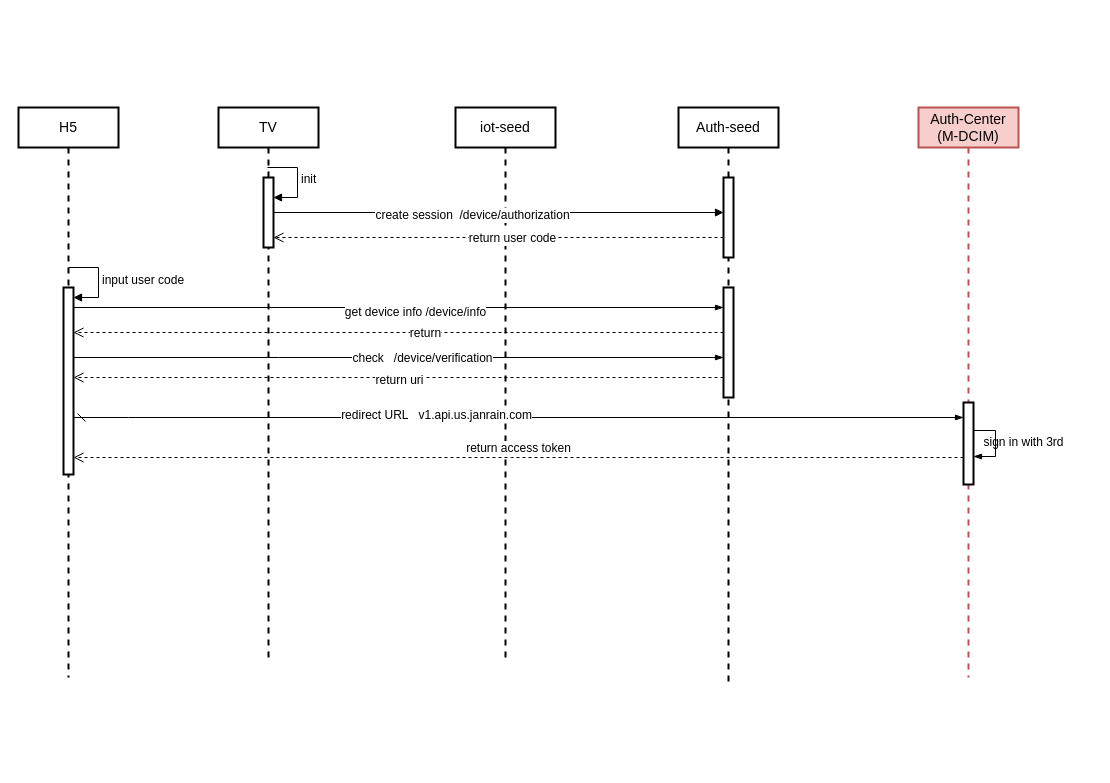
The draw.io diagram page "tv-active" (2 of 3) of Auth-seeds.drawio in SGA-Jie-Sha/diagram, before the edit. Source tidied: cells renumbered, new cells numbered last; positions are measured from the earlier drawing's top-left corner, leaving out a move shared by most shapes. Both pictures are drawn from the tidied source at 100%, with x=0, y=0 at pixel (18, 107).
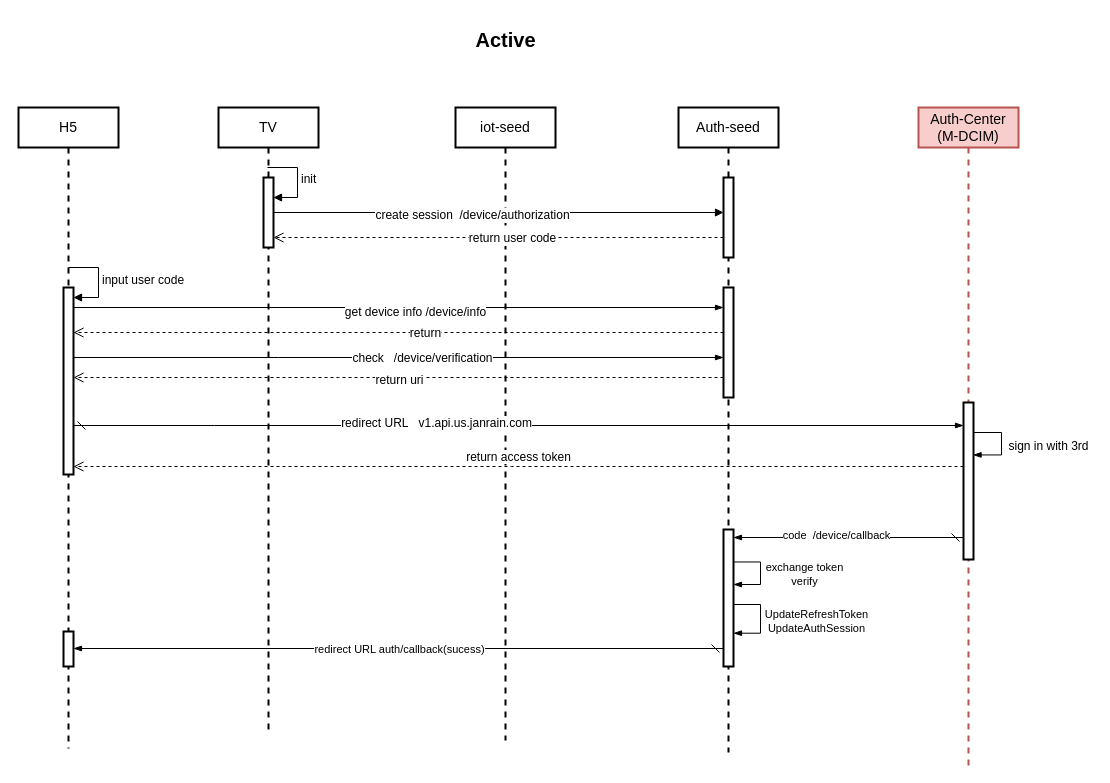
The same page after the edit.

The change refers to these unchanged cells:
```xml
<mxCell id="17" style="html=1;points=[];perimeter=orthogonalPerimeter;strokeWidth=2;fontSize=12;" parent="16" vertex="1">
  <mxGeometry x="45" y="180" width="10" height="187" as="geometry" />
</mxCell>
```

Diff of the diagram source:
```diff
@@
     <mxCell id="2" value="TV" style="shape=umlLifeline;perimeter=lifelinePerimeter;whiteSpace=wrap;html=1;strokeWidth=2;fontSize=14;" parent="1" vertex="1">
-      <mxGeometry x="200" width="100" height="550" as="geometry" />
+      <mxGeometry x="200" width="100" height="622" as="geometry" />
     </mxCell>
@@
     <mxCell id="5" value="Auth-seed" style="shape=umlLifeline;perimeter=lifelinePerimeter;whiteSpace=wrap;html=1;strokeWidth=2;fontSize=14;" parent="1" vertex="1">
-      <mxGeometry x="660" width="100" height="575" as="geometry" />
+      <mxGeometry x="660" width="100" height="645" as="geometry" />
     </mxCell>
@@
+    <mxCell id="31" style="html=1;points=[];perimeter=orthogonalPerimeter;strokeWidth=2;" parent="5" vertex="1">
+      <mxGeometry x="45" y="422" width="10" height="137" as="geometry" />
+    </mxCell>
+    <mxCell id="32" style="edgeStyle=elbowEdgeStyle;fontSize=12;html=1;endArrow=blockThin;endFill=1;rounded=0;strokeWidth=1;exitX=1;exitY=0.237;exitDx=0;exitDy=0;exitPerimeter=0;" parent="5" edge="1" source="31" target="31">
+      <mxGeometry relative="1" as="geometry">
+        <Array as="points">
+          <mxPoint x="82" y="477" />
+          <mxPoint x="73" y="473" />
+          <mxPoint x="100" y="458" />
+          <mxPoint x="86" y="454" />
+          <mxPoint x="96" y="463" />
+          <mxPoint x="83" y="459" />
+          <mxPoint x="89" y="502" />
+          <mxPoint x="98" y="488" />
+          <mxPoint x="102" y="462" />
+          <mxPoint x="91" y="476" />
+          <mxPoint x="105" y="461" />
+          <mxPoint x="94" y="482" />
+        </Array>
+      </mxGeometry>
+    </mxCell>
+    <mxCell id="33" value="exchange token&lt;br&gt;verify" style="edgeLabel;html=1;align=center;verticalAlign=middle;" parent="32" vertex="1">
+      <mxGeometry x="0.2" y="4" relative="1" as="geometry">
+        <mxPoint x="39" y="-7" as="offset" />
+      </mxGeometry>
+    </mxCell>
+    <mxCell id="34" style="edgeStyle=elbowEdgeStyle;fontSize=12;html=1;endArrow=blockThin;endFill=1;rounded=0;strokeWidth=1;exitX=1;exitY=0.237;exitDx=0;exitDy=0;exitPerimeter=0;" parent="5" edge="1">
+      <mxGeometry relative="1" as="geometry">
+        <mxPoint x="55" y="497" as="sourcePoint" />
+        <mxPoint x="55" y="525.7" as="targetPoint" />
+        <Array as="points">
+          <mxPoint x="82" y="525.7" />
+          <mxPoint x="73" y="521.7" />
+          <mxPoint x="100" y="506.7" />
+          <mxPoint x="86" y="502.7" />
+          <mxPoint x="96" y="511.7" />
+          <mxPoint x="83" y="507.7" />
+          <mxPoint x="89" y="550.7" />
+          <mxPoint x="98" y="536.7" />
+          <mxPoint x="102" y="510.7" />
+          <mxPoint x="91" y="524.7" />
+          <mxPoint x="105" y="509.7" />
+          <mxPoint x="94" y="530.7" />
+        </Array>
+      </mxGeometry>
+    </mxCell>
+    <mxCell id="35" value="UpdateRefreshToken&lt;br&gt;UpdateAuthSession" style="edgeLabel;html=1;align=center;verticalAlign=middle;" parent="34" vertex="1">
+      <mxGeometry x="0.2" y="4" relative="1" as="geometry">
+        <mxPoint x="51" y="-7" as="offset" />
+      </mxGeometry>
+    </mxCell>
     <mxCell id="8" value="iot-seed" style="shape=umlLifeline;perimeter=lifelinePerimeter;whiteSpace=wrap;html=1;strokeWidth=2;fontSize=14;" parent="1" vertex="1">
-      <mxGeometry x="437" width="100" height="550" as="geometry" />
+      <mxGeometry x="437" width="100" height="633" as="geometry" />
     </mxCell>
     <mxCell id="9" value="Auth-Center&lt;br style=&quot;font-size: 14px&quot;&gt;(M-DCIM)" style="shape=umlLifeline;perimeter=lifelinePerimeter;whiteSpace=wrap;html=1;strokeWidth=2;fontSize=14;fillColor=#f8cecc;strokeColor=#b85450;" parent="1" vertex="1">
-      <mxGeometry x="900" width="100" height="570" as="geometry" />
+      <mxGeometry x="900" width="100" height="658" as="geometry" />
     </mxCell>
     <mxCell id="10" style="html=1;points=[];perimeter=orthogonalPerimeter;strokeWidth=2;fontSize=12;" parent="9" vertex="1">
-      <mxGeometry x="45" y="295" width="10" height="82" as="geometry" />
+      <mxGeometry x="45" y="295" width="10" height="157" as="geometry" />
     </mxCell>
-    <mxCell id="11" style="edgeStyle=elbowEdgeStyle;fontSize=12;html=1;endArrow=blockThin;endFill=1;rounded=0;strokeWidth=1;" parent="9" edge="1" source="10" target="10">
+    <mxCell id="11" style="edgeStyle=elbowEdgeStyle;fontSize=12;html=1;endArrow=blockThin;endFill=1;rounded=0;strokeWidth=1;entryX=0.96;entryY=0.334;entryDx=0;entryDy=0;entryPerimeter=0;" parent="9" edge="1" source="10" target="10">
       <mxGeometry relative="1" as="geometry">
         <Array as="points">
+          <mxPoint x="83" y="325" />
+          <mxPoint x="69" y="321" />
+          <mxPoint x="79" y="330" />
+          <mxPoint x="66" y="326" />
+          <mxPoint x="72" y="369" />
+          <mxPoint x="81" y="355" />
+          <mxPoint x="85" y="329" />
+          <mxPoint x="74" y="343" />
+          <mxPoint x="88" y="328" />
           <mxPoint x="77" y="349" />
         </Array>
       </mxGeometry>
     </mxCell>
@@
     <mxCell id="16" value="H5" style="shape=umlLifeline;perimeter=lifelinePerimeter;whiteSpace=wrap;html=1;strokeWidth=2;fontSize=14;" parent="1" vertex="1">
-      <mxGeometry width="100" height="570" as="geometry" />
+      <mxGeometry width="100" height="641" as="geometry" />
     </mxCell>
@@
+    <mxCell id="36" style="html=1;points=[];perimeter=orthogonalPerimeter;strokeWidth=2;" parent="16" vertex="1">
+      <mxGeometry x="45" y="524" width="10" height="35" as="geometry" />
+    </mxCell>
@@
     <mxCell id="27" style="edgeStyle=elbowEdgeStyle;fontSize=12;html=1;endArrow=blockThin;endFill=1;startArrow=dash;startFill=0;endSize=6;startSize=6;rounded=0;" parent="1" edge="1" source="17" target="10">
       <mxGeometry relative="1" as="geometry">
         <Array as="points">
-          <mxPoint x="110" y="310" />
+          <mxPoint x="196" y="318" />
+          <mxPoint x="260" y="305" />
         </Array>
       </mxGeometry>
     </mxCell>
@@
     <mxCell id="29" value="sign in with 3rd" style="text;html=1;align=center;verticalAlign=middle;strokeColor=none;fillColor=none;fontSize=12;" parent="1" vertex="1">
-      <mxGeometry x="960" y="326" width="90" height="18" as="geometry" />
+      <mxGeometry x="985" y="330" width="90" height="18" as="geometry" />
     </mxCell>
     <mxCell id="30" value="return access token" style="html=1;verticalAlign=bottom;endArrow=open;dashed=1;endSize=8;rounded=0;fontSize=12;strokeWidth=1;" parent="1" edge="1" source="10" target="17">
       <mxGeometry relative="1" as="geometry">
         <Array as="points">
-          <mxPoint x="493" y="350" />
+          <mxPoint x="493" y="359" />
         </Array>
       </mxGeometry>
     </mxCell>
+    <mxCell id="37" style="edgeStyle=elbowEdgeStyle;fontSize=12;html=1;endArrow=blockThin;endFill=1;startArrow=dash;startFill=0;endSize=6;startSize=6;rounded=0;" parent="1" edge="1" source="10" target="31">
+      <mxGeometry relative="1" as="geometry">
+        <Array as="points">
+          <mxPoint x="862" y="430" />
+        </Array>
+      </mxGeometry>
+    </mxCell>
+    <mxCell id="38" value="code&amp;nbsp; /device/callback" style="edgeLabel;html=1;align=center;verticalAlign=middle;" parent="37" vertex="1">
+      <mxGeometry x="0.11" y="-3" relative="1" as="geometry" />
+    </mxCell>
+    <mxCell id="39" style="edgeStyle=elbowEdgeStyle;fontSize=12;html=1;endArrow=blockThin;endFill=1;startArrow=dash;startFill=0;endSize=6;startSize=6;rounded=0;" parent="1" edge="1" source="31" target="36">
+      <mxGeometry relative="1" as="geometry">
+        <Array as="points">
+          <mxPoint x="418" y="541" />
+        </Array>
+      </mxGeometry>
+    </mxCell>
+    <mxCell id="40" value="redirect URL auth/callback(sucess)" style="edgeLabel;html=1;align=center;verticalAlign=middle;" parent="39" vertex="1">
+      <mxGeometry relative="1" as="geometry" />
+    </mxCell>
+    <mxCell id="41" value="Active" style="text;html=1;strokeColor=none;fillColor=none;align=center;verticalAlign=middle;whiteSpace=wrap;rounded=0;fontSize=20;fontStyle=1;" parent="1" vertex="1">
+      <mxGeometry x="404.5" y="-90" width="165" height="43" as="geometry" />
+    </mxCell>
```
